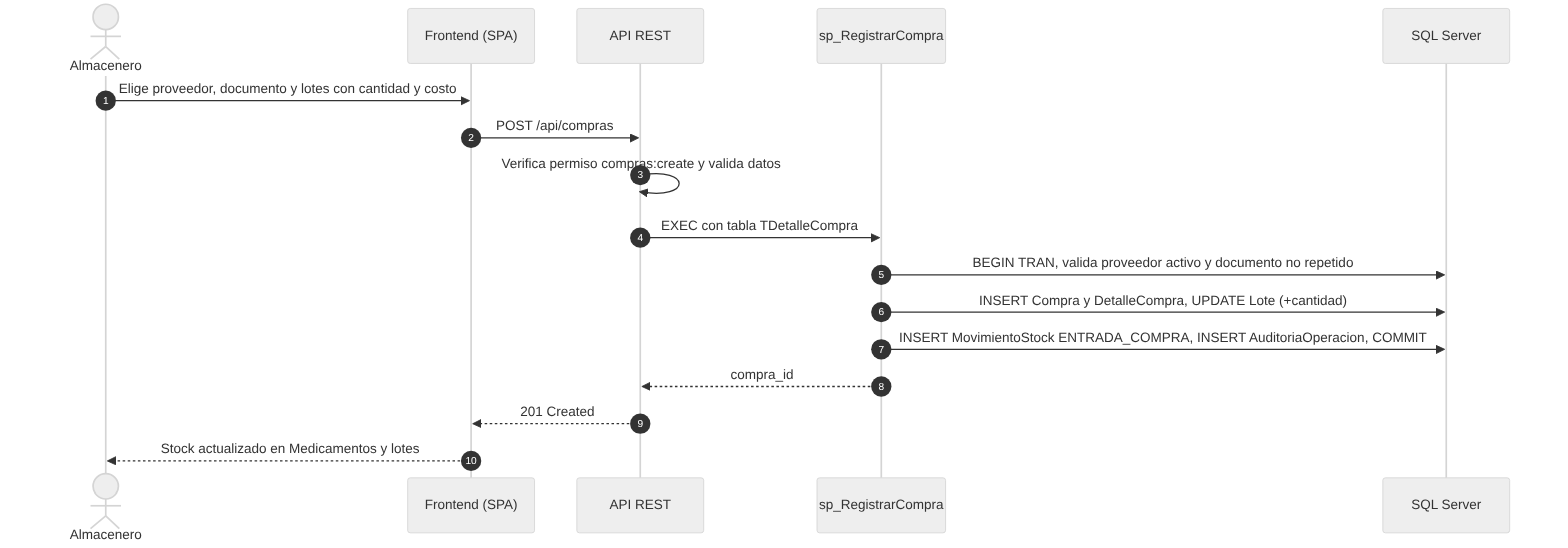
The Mermaid diagram docs/diagramas/sec_compra.png in angelonavarroxd23-lab/Farma-Control, before a commit. Its source is kept beside it as docs/diagramas/src/sec_compra.mmd. Source of this version:
```mermaid
sequenceDiagram
autonumber
actor W as Almacenero
participant UI as Frontend (SPA)
participant API as API REST
participant SP as sp_RegistrarCompra
participant DB as SQL Server
W->>UI: Elige proveedor, documento y lotes con cantidad y costo
UI->>API: POST /api/compras
API->>API: Verifica permiso compras:create y valida datos
API->>SP: EXEC con tabla TDetalleCompra
SP->>DB: BEGIN TRAN, valida proveedor activo y documento no repetido
SP->>DB: INSERT Compra y DetalleCompra, UPDATE Lote (+cantidad)
SP->>DB: INSERT MovimientoStock ENTRADA_COMPRA, INSERT AuditoriaOperacion, COMMIT
SP-->>API: compra_id
API-->>UI: 201 Created
UI-->>W: Stock actualizado en Medicamentos y lotes
```
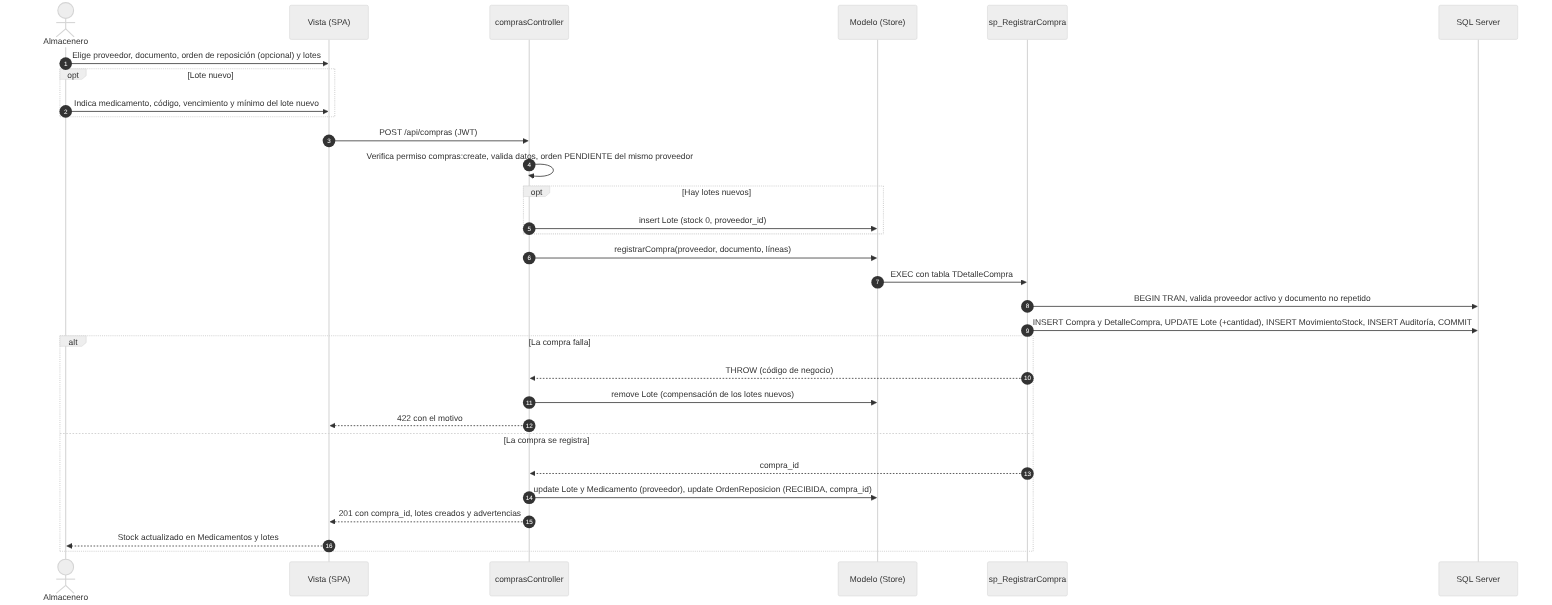
The same file after the commit.

The edit, as a diff of the source:
```diff
@@ -1,17 +1,31 @@
 sequenceDiagram
 autonumber
 actor W as Almacenero
-participant UI as Frontend (SPA)
-participant API as API REST
+participant UI as Vista (SPA)
+participant C as comprasController
+participant M as Modelo (Store)
 participant SP as sp_RegistrarCompra
 participant DB as SQL Server
-W->>UI: Elige proveedor, documento y lotes con cantidad y costo
-UI->>API: POST /api/compras
-API->>API: Verifica permiso compras:create y valida datos
-API->>SP: EXEC con tabla TDetalleCompra
+W->>UI: Elige proveedor, documento, orden de reposición (opcional) y lotes
+opt Lote nuevo
+W->>UI: Indica medicamento, código, vencimiento y mínimo del lote nuevo
+end
+UI->>C: POST /api/compras (JWT)
+C->>C: Verifica permiso compras:create, valida datos, orden PENDIENTE del mismo proveedor
+opt Hay lotes nuevos
+C->>M: insert Lote (stock 0, proveedor_id)
+end
+C->>M: registrarCompra(proveedor, documento, líneas)
+M->>SP: EXEC con tabla TDetalleCompra
 SP->>DB: BEGIN TRAN, valida proveedor activo y documento no repetido
-SP->>DB: INSERT Compra y DetalleCompra, UPDATE Lote (+cantidad)
-SP->>DB: INSERT MovimientoStock ENTRADA_COMPRA, INSERT AuditoriaOperacion, COMMIT
-SP-->>API: compra_id
-API-->>UI: 201 Created
+SP->>DB: INSERT Compra y DetalleCompra, UPDATE Lote (+cantidad), INSERT MovimientoStock, INSERT Auditoría, COMMIT
+alt La compra falla
+SP-->>C: THROW (código de negocio)
+C->>M: remove Lote (compensación de los lotes nuevos)
+C-->>UI: 422 con el motivo
+else La compra se registra
+SP-->>C: compra_id
+C->>M: update Lote y Medicamento (proveedor), update OrdenReposicion (RECIBIDA, compra_id)
+C-->>UI: 201 con compra_id, lotes creados y advertencias
 UI-->>W: Stock actualizado en Medicamentos y lotes
+end
```
